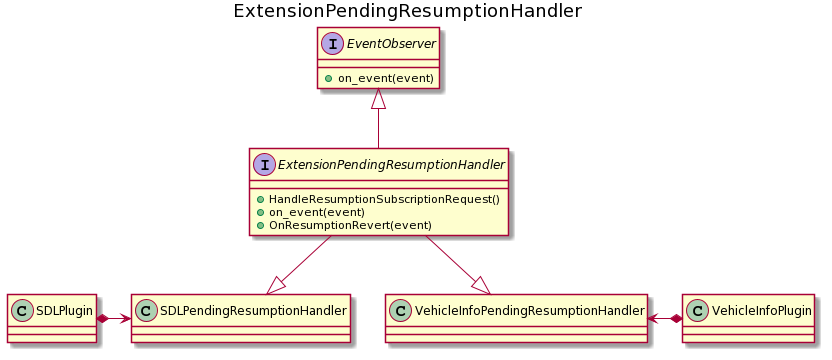
Above: docs/Developer Documentation/ResumeController/assets/extension_pending_resumption_handler.png in smartdevicelink/sdl_core_guides (PlantUML), before the change. The source it was exported from:
```plantuml
@startuml
title ExtensionPendingResumptionHandler


interface EventObserver {
   + on_event(event)
}

interface ExtensionPendingResumptionHandler {
  + HandleResumptionSubscriptionRequest()
  + on_event(event)
  + OnResumptionRevert(event)
}

EventObserver <|-down-ExtensionPendingResumptionHandler

class SDLPendingResumptionHandler
class VehicleInfoPendingResumptionHandler

SDLPendingResumptionHandler <|-up-ExtensionPendingResumptionHandler
VehicleInfoPendingResumptionHandler <|-up-ExtensionPendingResumptionHandler

class SDLPlugin
SDLPlugin *-right-> SDLPendingResumptionHandler

class VehicleInfoPlugin
VehicleInfoPlugin *-left-> VehicleInfoPendingResumptionHandler
@enduml
```
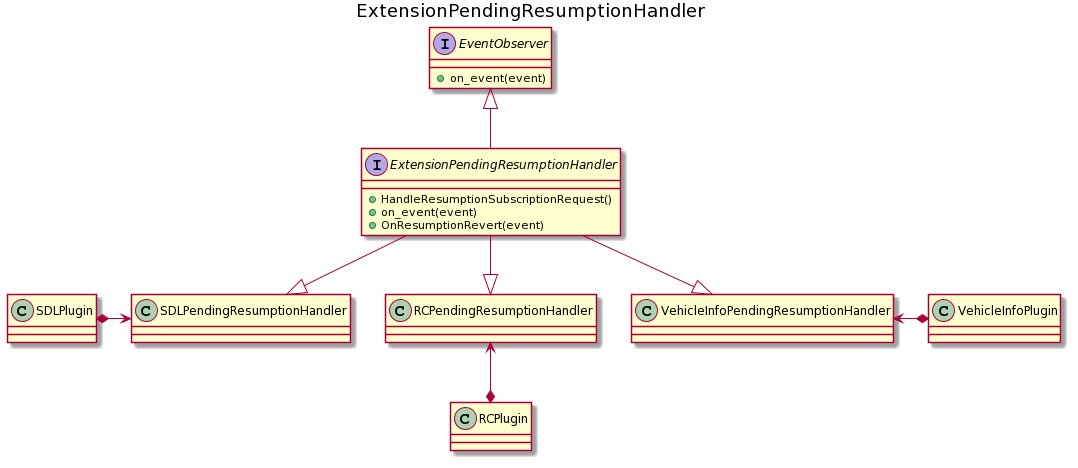
After the change.

Commit message:
RC pending resumption handler add

The edit, as a diff of the source:
```diff
@@ -16,13 +16,18 @@
 
 class SDLPendingResumptionHandler
 class VehicleInfoPendingResumptionHandler
+class RCPendingResumptionHandler
 
 SDLPendingResumptionHandler <|-up-ExtensionPendingResumptionHandler
 VehicleInfoPendingResumptionHandler <|-up-ExtensionPendingResumptionHandler
+RCPendingResumptionHandler <|-up-ExtensionPendingResumptionHandler
 
 class SDLPlugin
 SDLPlugin *-right-> SDLPendingResumptionHandler
 
 class VehicleInfoPlugin
 VehicleInfoPlugin *-left-> VehicleInfoPendingResumptionHandler
+
+class RCPlugin
+RCPlugin *-up-> RCPendingResumptionHandler
 @enduml
```
